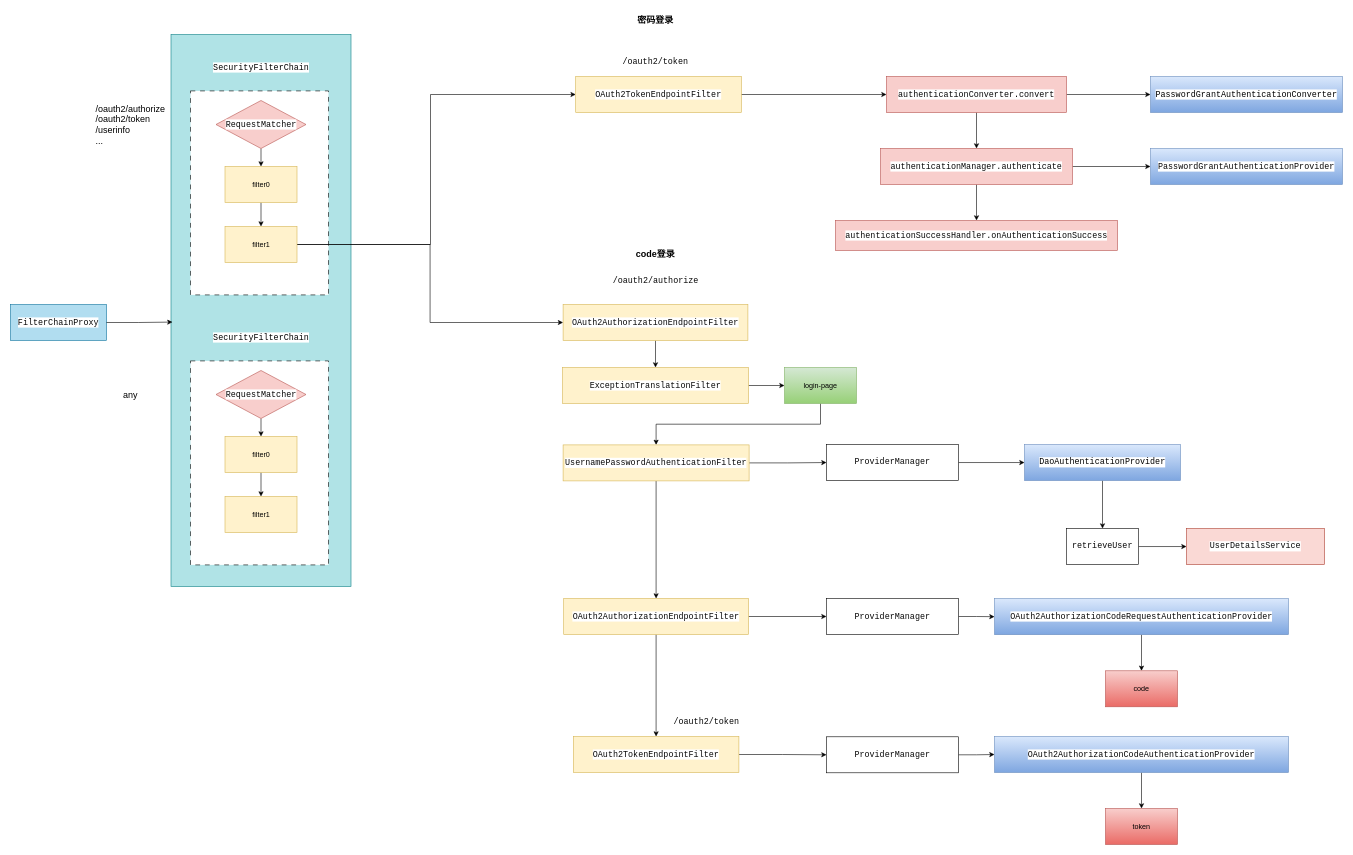
The draw.io diagram drawio/spring-security.drawio in develop-assistant/diagrams, before the edit. Source tidied: cells renumbered, new cells numbered last; positions are measured from the earlier drawing's top-left corner, leaving out a move shared by most shapes. Both pictures are drawn from the tidied source at 60%, with x=0, y=0 at pixel (10, 10).
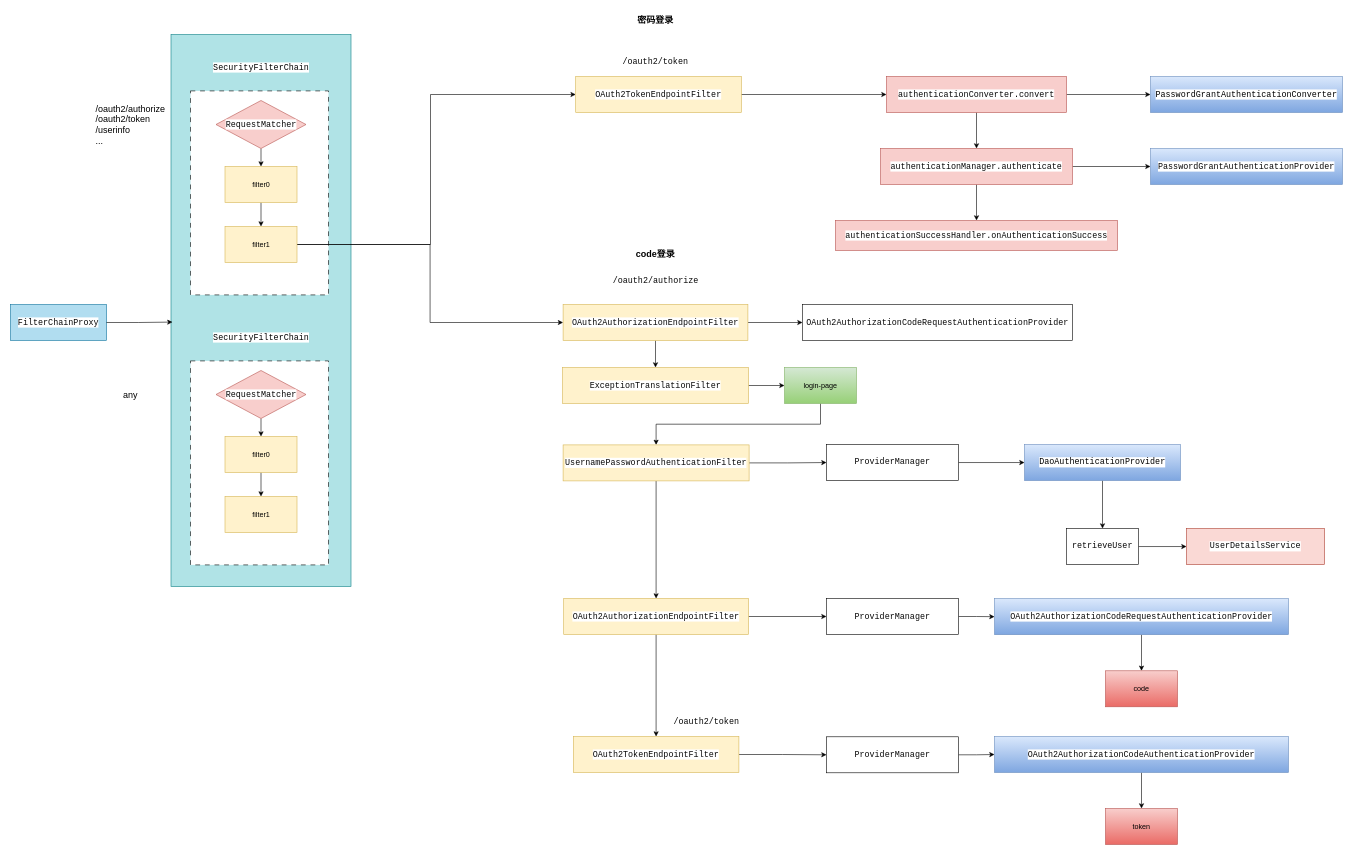
The same page after the edit.

Unchanged cells that the change refers to:
```xml
<mxCell id="38" value="&lt;pre style=&quot;background-color:#ffffff;color:#080808;font-family:'JetBrains Mono',monospace;font-size:10.5pt;&quot;&gt;&lt;pre style=&quot;font-family: &amp;quot;JetBrains Mono&amp;quot;, monospace; font-size: 10.5pt;&quot;&gt;OAuth2AuthorizationEndpointFilter&lt;/pre&gt;&lt;/pre&gt;" style="rounded=0;whiteSpace=wrap;html=1;fillColor=#fff2cc;strokeColor=#d6b656;" parent="1" vertex="1">
  <mxGeometry x="921" y="490" width="308" height="60" as="geometry" />
</mxCell>
```

The edit, as a diff of the source:
```diff
@@
+    <mxCell id="70" style="edgeStyle=orthogonalEdgeStyle;rounded=0;jettySize=auto;html=1;exitX=1;exitY=0.5;exitDx=0;exitDy=0;" parent="1" edge="1" source="38" target="71">
+      <mxGeometry relative="1" as="geometry" />
+    </mxCell>
@@
+    <mxCell id="71" value="&lt;pre style=&quot;background-color:#ffffff;color:#080808;font-family:'JetBrains Mono',monospace;font-size:10.5pt;&quot;&gt;OAuth2AuthorizationCodeRequestAuthenticationProvider&lt;/pre&gt;" style="rounded=0;whiteSpace=wrap;html=1;" parent="1" vertex="1">
+      <mxGeometry x="1320" y="490" width="450" height="60" as="geometry" />
+    </mxCell>
```
